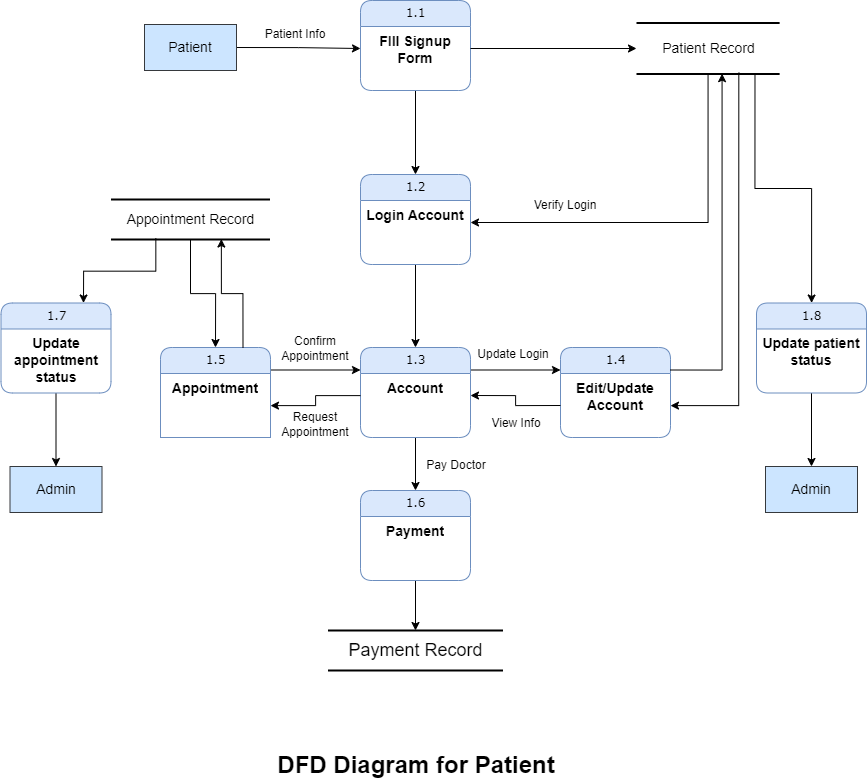
The draw.io diagram [MISC]/Diagrams/DFD/Data Flow Diagram-Page-1.drawio.png in IntelligentBeaver/Doctor-Appointment-System, before a commit. Source tidied: cells renumbered, new cells last; positions are measured from the earlier drawing's top-left corner, leaving out a move shared by most shapes.
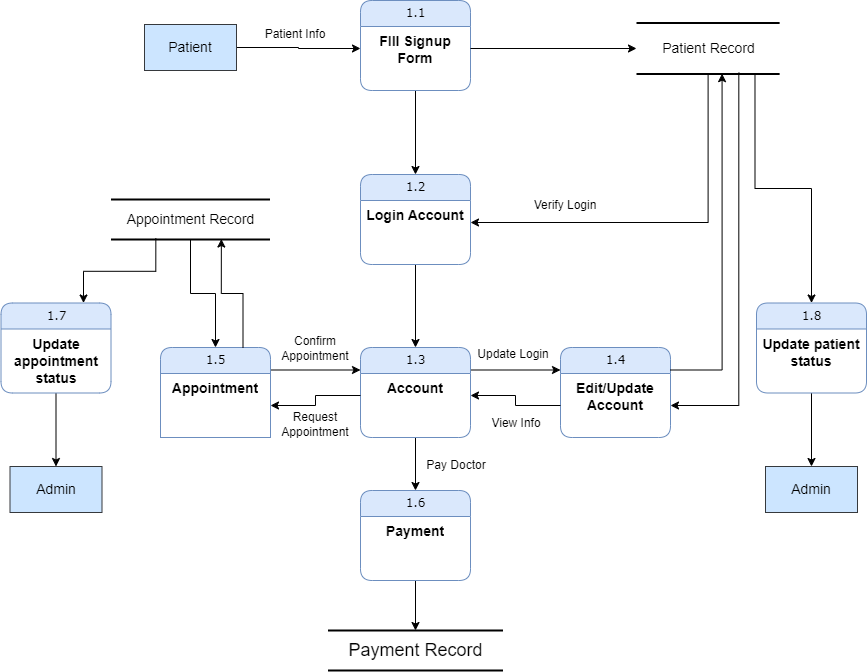
The same diagram one commit later.

Commit message:
Updated dfd diagrams

Change to the diagram source:
```diff
@@ -122,9 +122,6 @@
     <mxCell id="41" value="Pay Doctor" style="text;html=1;strokeColor=none;fillColor=none;align=center;verticalAlign=middle;whiteSpace=wrap;rounded=0;" parent="1" vertex="1">
       <mxGeometry x="416" y="450" width="80" height="29" as="geometry" />
     </mxCell>
-    <mxCell id="42" value="&lt;font style=&quot;font-size: 24px;&quot;&gt;&lt;b style=&quot;&quot;&gt;DFD Diagram for Patient&lt;/b&gt;&lt;/font&gt;" style="text;html=1;strokeColor=none;fillColor=none;align=center;verticalAlign=middle;whiteSpace=wrap;rounded=0;" parent="1" vertex="1">
-      <mxGeometry x="276" y="750" width="280" height="30" as="geometry" />
-    </mxCell>
     <mxCell id="43" style="edgeStyle=orthogonalEdgeStyle;rounded=0;jettySize=auto;html=1;entryX=0.5;entryY=0;entryDx=0;entryDy=0;" parent="1" edge="1" source="44" target="30">
       <mxGeometry relative="1" as="geometry" />
     </mxCell>
```
